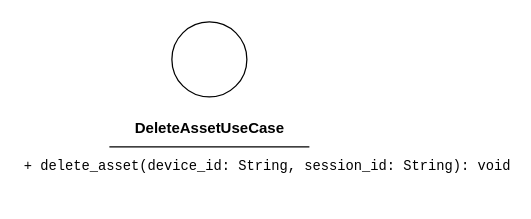
The draw.io diagram src/PB/DocumentazioneEsterna/Specifica_Tecnica/content/uml/puml/Diagrammi_classi/Backend/Port/DeleteAssetUseCase.drawio in GroupRubberDuck/Documentazione, before the edit. Source tidied: cells renumbered, new cells numbered last; positions are measured from the earlier drawing's top-left corner, leaving out a move shared by most shapes. Both pictures are drawn from the tidied source at 125%, with x=0, y=0 at pixel (21, 21).
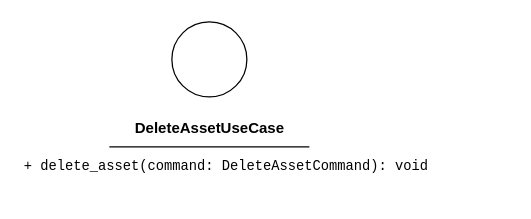
The same page after the edit.

The edit, as a diff of the source:
```diff
@@
 <mxGraphModel>
   <root>
     <mxCell id="0" />
     <mxCell id="1" parent="0" />
     <mxCell id="2" style="ellipse;whiteSpace=wrap;html=1;" parent="1" vertex="1">
       <mxGeometry x="120" width="60" height="60" as="geometry" />
     </mxCell>
     <mxCell id="3" value="&lt;b&gt;DeleteAssetUseCase&lt;/b&gt;" style="text;html=1;align=center;verticalAlign=middle;strokeColor=none;fillColor=none;" parent="1" vertex="1">
       <mxGeometry x="80" y="70" width="140" height="30" as="geometry" />
     </mxCell>
     <mxCell id="4" style="endArrow=none;html=1;" parent="1" edge="1">
       <mxGeometry relative="1" as="geometry">
         <mxPoint x="70" y="100" as="sourcePoint" />
         <mxPoint x="230" y="100" as="targetPoint" />
         <Array as="points">
           <mxPoint x="150" y="100" />
         </Array>
       </mxGeometry>
     </mxCell>
-    <mxCell id="5" value="&lt;div style=&quot;font-family: Consolas, &amp;quot;Courier New&amp;quot;, monospace; font-weight: normal; line-height: 19px; white-space: pre;&quot;&gt;&lt;div style=&quot;&quot;&gt;&lt;div style=&quot;line-height: 19px;&quot;&gt;&lt;span style=&quot;background-color: rgb(255, 255, 255);&quot;&gt;&lt;font style=&quot;color: rgb(0, 0, 0); font-size: 11px;&quot;&gt;+ delete_asset(device_id: String, session_id: String): void&lt;/font&gt;&lt;/span&gt;&lt;/div&gt;&lt;/div&gt;&lt;/div&gt;" style="text;whiteSpace=wrap;html=1;" parent="1" vertex="1">
+    <mxCell id="5" value="&lt;div style=&quot;font-family: Consolas, &amp;quot;Courier New&amp;quot;, monospace; font-weight: normal; line-height: 19px; white-space: pre;&quot;&gt;&lt;div style=&quot;&quot;&gt;&lt;div style=&quot;line-height: 19px;&quot;&gt;&lt;span style=&quot;background-color: rgb(255, 255, 255);&quot;&gt;&lt;font style=&quot;color: rgb(0, 0, 0); font-size: 11px;&quot;&gt;+ delete_asset(command: DeleteAssetCommand): void&lt;/font&gt;&lt;/span&gt;&lt;/div&gt;&lt;/div&gt;&lt;/div&gt;" style="text;whiteSpace=wrap;html=1;" parent="1" vertex="1">
       <mxGeometry y="100" width="340" height="40" as="geometry" />
     </mxCell>
   </root>
 </mxGraphModel>
```
